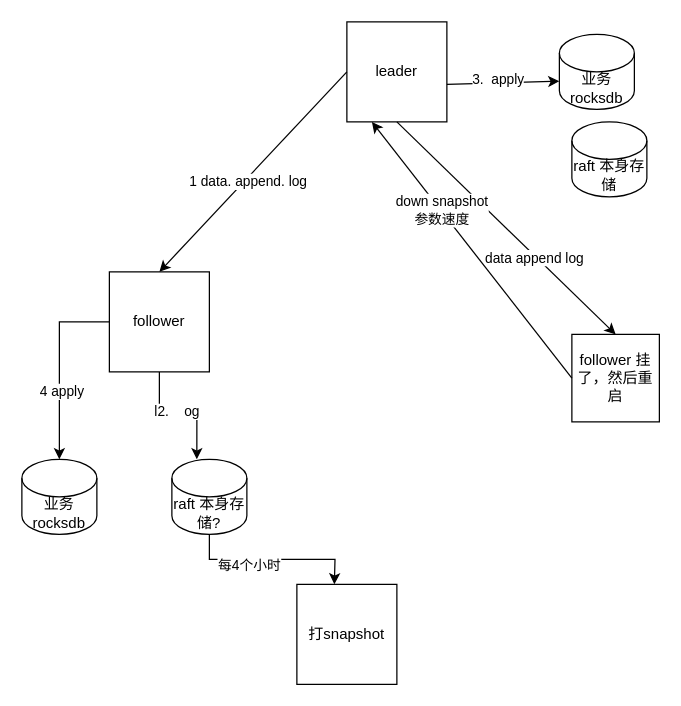
Above: 未命名绘图.drawio in jackjoesh/databend (draw.io), before the change. Source tidied: cells renumbered, new cells numbered last; positions are measured from the earlier drawing's top-left corner, leaving out a move shared by most shapes. Both pictures are drawn from the tidied source at 125%, with x=0, y=0 at pixel (21, 21).
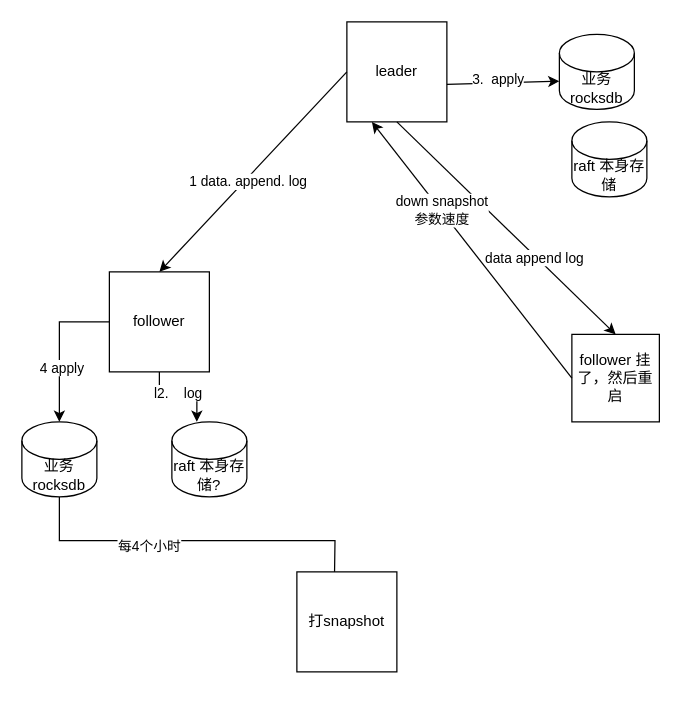
The same diagram, later.

Commit message (it also covers changes not shown here):
更新未命名绘图.drawio

The change refers to these unchanged cells:
```xml
<mxCell id="16" style="edgeStyle=orthogonalEdgeStyle;rounded=0;jettySize=auto;html=1;exitX=0.5;exitY=1;exitDx=0;exitDy=0;entryX=0.333;entryY=0;entryDx=0;entryDy=0;entryPerimeter=0;" parent="1" edge="1" source="5" target="15">
  <mxGeometry relative="1" as="geometry" />
</mxCell>
```

Diff of the diagram source:
```diff
@@
     <mxCell id="12" value="业务rocksdb" style="shape=cylinder3;whiteSpace=wrap;html=1;boundedLbl=1;backgroundOutline=1;size=15;" parent="1" vertex="1">
-      <mxGeometry y="350" width="60" height="60" as="geometry" />
+      <mxGeometry y="320" width="60" height="60" as="geometry" />
     </mxCell>
-    <mxCell id="13" style="edgeStyle=orthogonalEdgeStyle;rounded=0;jettySize=auto;html=1;exitX=0.5;exitY=1;exitDx=0;exitDy=0;exitPerimeter=0;" parent="1" edge="1" source="15">
+    <mxCell id="13" style="edgeStyle=orthogonalEdgeStyle;rounded=0;jettySize=auto;html=1;exitX=0.5;exitY=1;exitDx=0;exitDy=0;exitPerimeter=0;" parent="1" edge="1" source="12">
       <mxGeometry relative="1" as="geometry">
         <mxPoint x="250" y="450" as="targetPoint" />
       </mxGeometry>
     </mxCell>
@@
     <mxCell id="15" value="raft 本身存储?" style="shape=cylinder3;whiteSpace=wrap;html=1;boundedLbl=1;backgroundOutline=1;size=15;" parent="1" vertex="1">
-      <mxGeometry x="120" y="350" width="60" height="60" as="geometry" />
+      <mxGeometry x="120" y="320" width="60" height="60" as="geometry" />
     </mxCell>
@@
-    <mxCell id="17" value="l2.&amp;nbsp; &amp;nbsp; og" style="edgeLabel;html=1;align=center;verticalAlign=middle;" parent="16" vertex="1">
+    <mxCell id="17" value="l2.&amp;nbsp; &amp;nbsp; log" style="edgeLabel;html=1;align=center;verticalAlign=middle;" parent="16" vertex="1">
       <mxGeometry x="-0.04" y="4" relative="1" as="geometry" />
     </mxCell>
     <mxCell id="18" value="打snapshot" style="whiteSpace=wrap;html=1;" parent="1" vertex="1">
-      <mxGeometry x="220" y="450" width="80" height="80" as="geometry" />
+      <mxGeometry x="220" y="440" width="80" height="80" as="geometry" />
     </mxCell>
```
